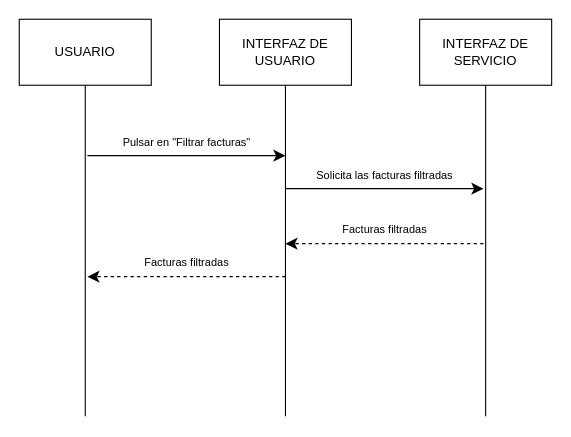
This is diagrams/secuencia/DS-022.drawio from ClaudiaOviedoGovantes/ComercialPostigo, a draw.io file, before an edit. Source tidied: cells renumbered, new cells numbered last; positions are measured from the earlier drawing's top-left corner, leaving out a move shared by most shapes. Both pictures are drawn from the tidied source at 110%, with x=0, y=0 at pixel (19, 19).
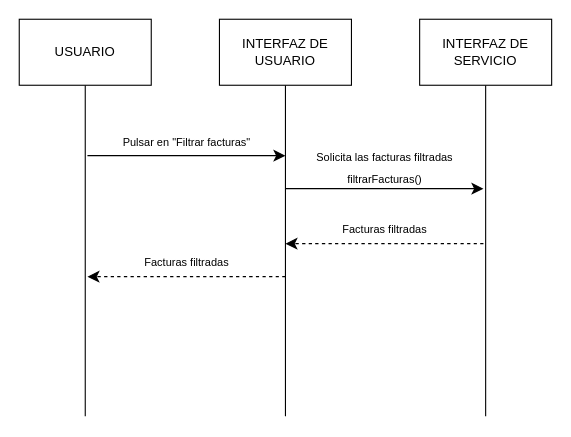
After the change.

Change to the diagram source:
```diff
@@
-    <mxCell id="11" value="&lt;font style=&quot;font-size: 10px;&quot;&gt;Solicita las facturas filtradas&lt;/font&gt;" style="text;html=1;align=center;verticalAlign=middle;strokeColor=none;fillColor=none;fontSize=16;" parent="1" vertex="1">
-      <mxGeometry x="257" y="125" width="150" height="30" as="geometry" />
+    <mxCell id="11" value="&lt;font style=&quot;font-size: 10px;&quot;&gt;Solicita las facturas filtradas&lt;/font&gt;&lt;div&gt;&lt;font style=&quot;&quot;&gt;&lt;span style=&quot;font-size: 10px;&quot;&gt;filtrarFacturas()&lt;/span&gt;&lt;/font&gt;&lt;/div&gt;" style="text;html=1;align=center;verticalAlign=middle;strokeColor=none;fillColor=none;fontSize=16;" parent="1" vertex="1">
+      <mxGeometry x="261" y="108" width="142" height="50" as="geometry" />
     </mxCell>
```
